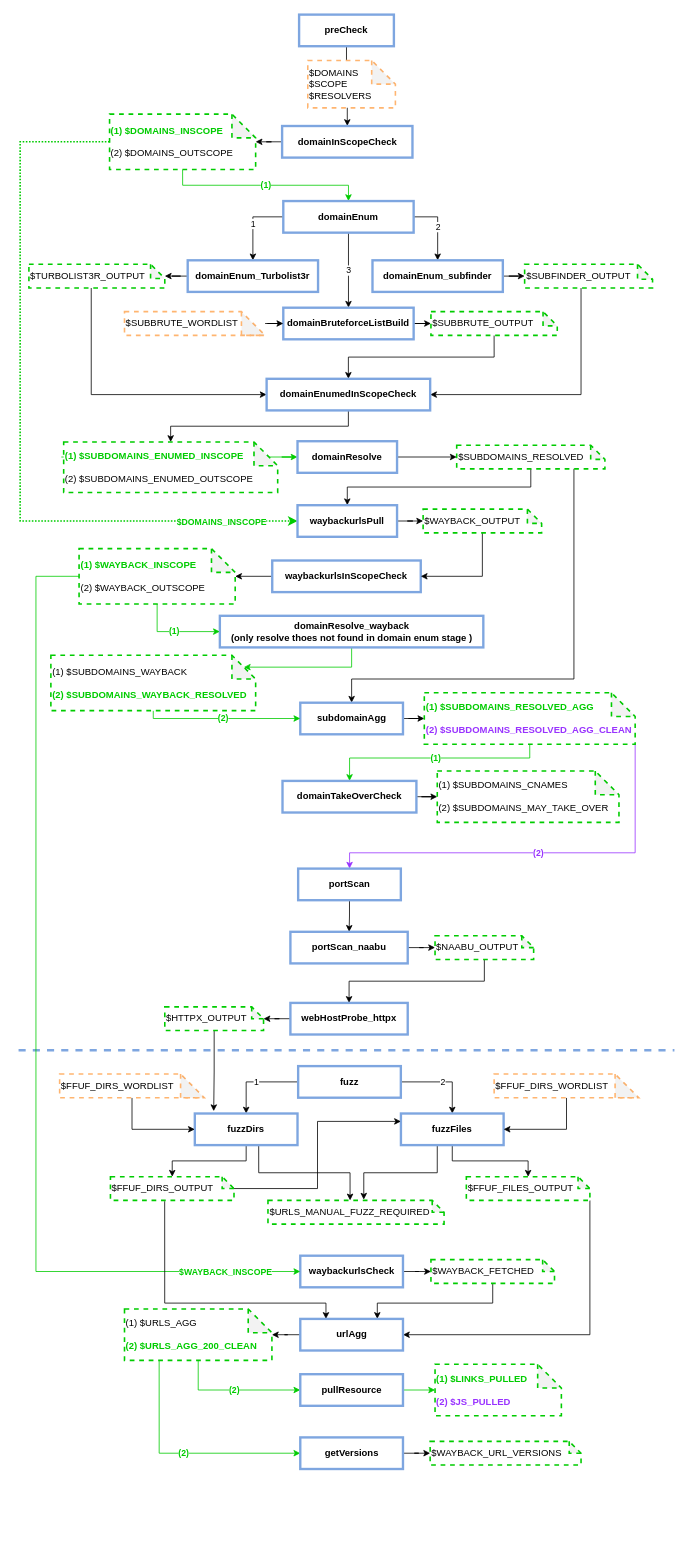
This is Recon.drawio from dirtybull/workflows, a draw.io file, before an edit. Source tidied: cells renumbered, new cells numbered last; positions are measured from the earlier drawing's top-left corner, leaving out a move shared by most shapes. Both pictures are drawn from the tidied source at 79%, with x=0, y=0 at pixel (18, 14).
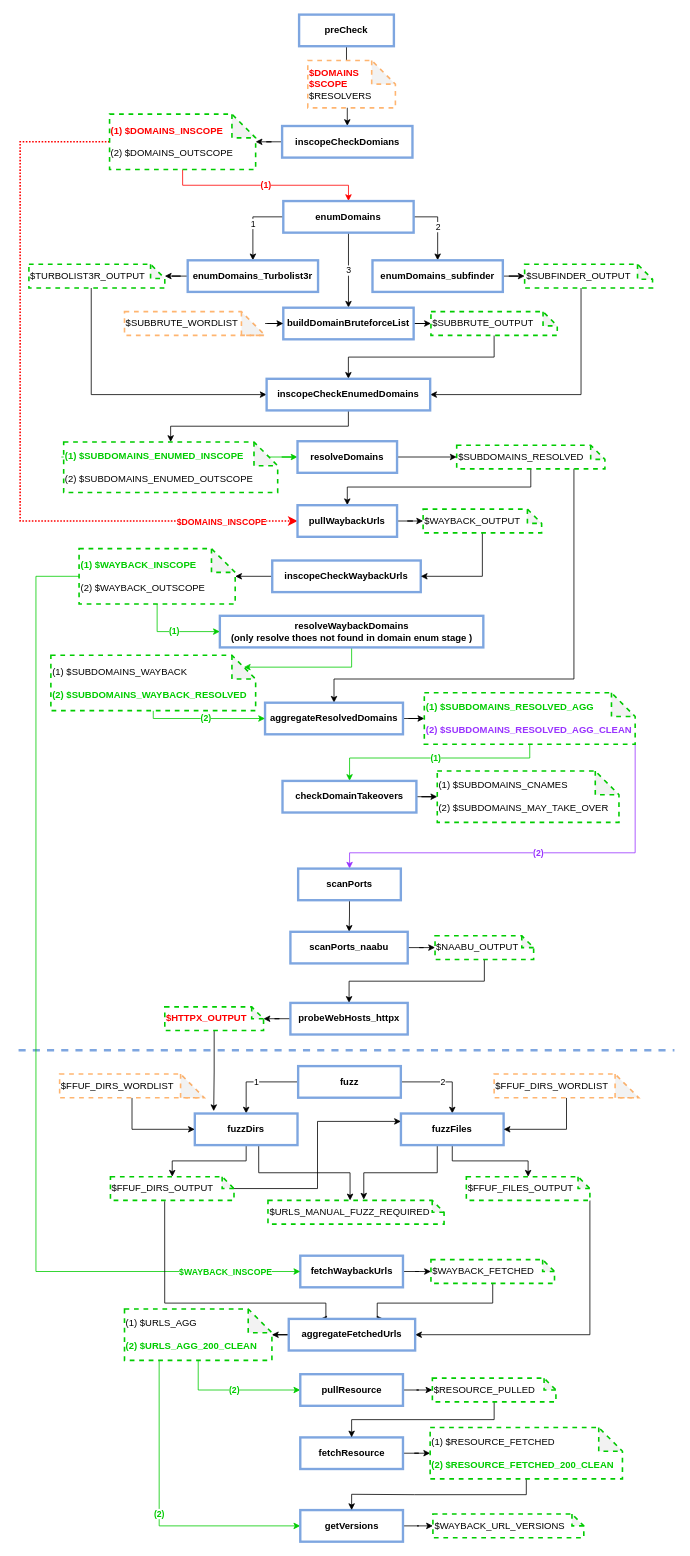
The same page after the edit.

Unchanged cells that the change refers to:
```xml
<mxCell id="38" value="$SUBDOMAINS_RESOLVED" style="shape=note;whiteSpace=wrap;html=1;backgroundOutline=1;darkOpacity=0.05;dashed=1;align=left;strokeColor=#00CC00;strokeWidth=2;size=18;" parent="1" vertex="1">
  <mxGeometry x="554.6" y="545" width="187.6" height="30" as="geometry" />
</mxCell>
<mxCell id="101" value="pullResource" style="rounded=0;whiteSpace=wrap;html=1;strokeColor=#7EA6E0;strokeWidth=3;fontStyle=1;" parent="1" vertex="1">
  <mxGeometry x="356.6" y="1721" width="130" height="40" as="geometry" />
</mxCell>
```

The edit, as a diff of the source:
```diff
@@
-    <mxCell id="5" value="&lt;div&gt;$DOMAINS&lt;/div&gt;&lt;div&gt;$SCOPE&lt;/div&gt;&lt;div&gt;$RESOLVERS&lt;br&gt;&lt;/div&gt;" style="shape=note;whiteSpace=wrap;html=1;backgroundOutline=1;darkOpacity=0.05;dashed=1;align=left;strokeColor=#FFB570;strokeWidth=2;" parent="1" vertex="1">
+    <mxCell id="5" value="&lt;div&gt;&lt;b&gt;&lt;font color=&quot;#FF0000&quot;&gt;$DOMAINS&lt;/font&gt;&lt;/b&gt;&lt;/div&gt;&lt;div&gt;&lt;b&gt;&lt;font color=&quot;#FF0000&quot;&gt;$SCOPE&lt;/font&gt;&lt;/b&gt;&lt;/div&gt;&lt;div&gt;$RESOLVERS&lt;br&gt;&lt;/div&gt;" style="shape=note;whiteSpace=wrap;html=1;backgroundOutline=1;darkOpacity=0.05;dashed=1;align=left;strokeColor=#FFB570;strokeWidth=2;" parent="1" vertex="1">
       <mxGeometry x="366.1" y="58" width="110.9" height="60" as="geometry" />
     </mxCell>
@@
-    <mxCell id="7" value="domainInScopeCheck" style="rounded=0;whiteSpace=wrap;html=1;strokeColor=#7EA6E0;strokeWidth=3;fontStyle=1;" parent="1" vertex="1">
+    <mxCell id="7" value="inscopeCheckDomians" style="rounded=0;whiteSpace=wrap;html=1;strokeColor=#7EA6E0;strokeWidth=3;fontStyle=1;" parent="1" vertex="1">
       <mxGeometry x="333.6" y="141" width="165" height="40" as="geometry" />
     </mxCell>
-    <mxCell id="8" value="(1)" style="edgeStyle=orthogonalEdgeStyle;rounded=0;jettySize=auto;html=1;strokeColor=#00CC00;fontColor=#00CC00;fontStyle=1;exitX=0.5;exitY=1;exitDx=0;exitDy=0;exitPerimeter=0;" parent="1" edge="1" source="11" target="15">
+    <mxCell id="8" value="(1)" style="edgeStyle=orthogonalEdgeStyle;rounded=0;jettySize=auto;html=1;strokeColor=#FF0000;fontColor=#FF0000;fontStyle=1;exitX=0.5;exitY=1;exitDx=0;exitDy=0;exitPerimeter=0;" parent="1" edge="1" source="11" target="15">
       <mxGeometry relative="1" as="geometry" />
     </mxCell>
-    <mxCell id="9" style="edgeStyle=orthogonalEdgeStyle;rounded=0;jettySize=auto;html=1;entryX=0;entryY=0.5;entryDx=0;entryDy=0;fontColor=default;strokeColor=#00CC00;dashed=1;strokeWidth=2;dashPattern=1 1;" parent="1" edge="1" source="11" target="40">
+    <mxCell id="9" style="edgeStyle=orthogonalEdgeStyle;rounded=0;jettySize=auto;html=1;entryX=0;entryY=0.5;entryDx=0;entryDy=0;fontColor=default;strokeColor=#FF0000;dashed=1;strokeWidth=2;dashPattern=1 1;" parent="1" edge="1" source="11" target="40">
       <mxGeometry relative="1" as="geometry">
         <Array as="points">
           <mxPoint x="2" y="161" />
           <mxPoint x="2" y="641" />
         </Array>
       </mxGeometry>
     </mxCell>
-    <mxCell id="10" value="&lt;font color=&quot;#00CC00&quot;&gt;&lt;b&gt;$DOMAINS_INSCOPE&lt;/b&gt;&lt;/font&gt;" style="edgeLabel;html=1;align=center;verticalAlign=middle;fontColor=default;" parent="9" vertex="1">
+    <mxCell id="10" value="&lt;font color=&quot;#FF0000&quot;&gt;&lt;b&gt;$DOMAINS_INSCOPE&lt;/b&gt;&lt;/font&gt;" style="edgeLabel;html=1;align=center;verticalAlign=middle;fontColor=default;" parent="9" vertex="1">
       <mxGeometry x="0.84" y="-2" relative="1" as="geometry">
         <mxPoint x="-21" y="-2" as="offset" />
       </mxGeometry>
     </mxCell>
-    <mxCell id="11" value="&lt;div&gt;&lt;font color=&quot;#00CC00&quot;&gt;&lt;b&gt;(1) $DOMAINS_INSCOPE&lt;/b&gt;&lt;/font&gt;&lt;/div&gt;&lt;div&gt;&lt;br&gt;&lt;/div&gt;&lt;div&gt;(2) $DOMAINS_OUTSCOPE&lt;/div&gt;" style="shape=note;whiteSpace=wrap;html=1;backgroundOutline=1;darkOpacity=0.05;dashed=1;align=left;strokeColor=#00CC00;strokeWidth=2;" parent="1" vertex="1">
+    <mxCell id="11" value="&lt;div&gt;&lt;font color=&quot;#FF0000&quot;&gt;&lt;b&gt;(1) $DOMAINS_INSCOPE&lt;/b&gt;&lt;/font&gt;&lt;/div&gt;&lt;div&gt;&lt;br&gt;&lt;/div&gt;&lt;div&gt;(2) $DOMAINS_OUTSCOPE&lt;/div&gt;" style="shape=note;whiteSpace=wrap;html=1;backgroundOutline=1;darkOpacity=0.05;dashed=1;align=left;strokeColor=#00CC00;strokeWidth=2;" parent="1" vertex="1">
       <mxGeometry x="115.2" y="126" width="184.9" height="70" as="geometry" />
     </mxCell>
@@
-    <mxCell id="15" value="domainEnum" style="rounded=0;whiteSpace=wrap;html=1;strokeColor=#7EA6E0;strokeWidth=3;fontStyle=1;" parent="1" vertex="1">
+    <mxCell id="15" value="enumDomains" style="rounded=0;whiteSpace=wrap;html=1;strokeColor=#7EA6E0;strokeWidth=3;fontStyle=1;" parent="1" vertex="1">
       <mxGeometry x="335.1" y="236" width="165" height="40" as="geometry" />
     </mxCell>
@@
-    <mxCell id="17" value="domainEnum_Turbolist3r" style="rounded=0;whiteSpace=wrap;html=1;strokeColor=#7EA6E0;strokeWidth=3;fontStyle=1;" parent="1" vertex="1">
+    <mxCell id="17" value="enumDomains_Turbolist3r" style="rounded=0;whiteSpace=wrap;html=1;strokeColor=#7EA6E0;strokeWidth=3;fontStyle=1;" parent="1" vertex="1">
       <mxGeometry x="214.1" y="311" width="165" height="40" as="geometry" />
     </mxCell>
@@
-    <mxCell id="19" value="domainEnum_subfinder" style="rounded=0;whiteSpace=wrap;html=1;strokeColor=#7EA6E0;strokeWidth=3;fontStyle=1;" parent="1" vertex="1">
+    <mxCell id="19" value="enumDomains_subfinder" style="rounded=0;whiteSpace=wrap;html=1;strokeColor=#7EA6E0;strokeWidth=3;fontStyle=1;" parent="1" vertex="1">
       <mxGeometry x="448" y="311" width="165" height="40" as="geometry" />
     </mxCell>
@@
-    <mxCell id="25" value="domainBruteforceListBuild" style="rounded=0;whiteSpace=wrap;html=1;strokeColor=#7EA6E0;strokeWidth=3;fontStyle=1;" parent="1" vertex="1">
+    <mxCell id="25" value="buildDomainBruteforceList" style="rounded=0;whiteSpace=wrap;html=1;strokeColor=#7EA6E0;strokeWidth=3;fontStyle=1;" parent="1" vertex="1">
       <mxGeometry x="335.1" y="371" width="165" height="40" as="geometry" />
     </mxCell>
@@
-    <mxCell id="31" value="domainEnumedInScopeCheck" style="rounded=0;whiteSpace=wrap;html=1;strokeColor=#7EA6E0;strokeWidth=3;fontStyle=1;" parent="1" vertex="1">
+    <mxCell id="31" value="inscopeCheckEnumedDomains" style="rounded=0;whiteSpace=wrap;html=1;strokeColor=#7EA6E0;strokeWidth=3;fontStyle=1;" parent="1" vertex="1">
       <mxGeometry x="314" y="461" width="207" height="40" as="geometry" />
     </mxCell>
@@
-    <mxCell id="35" value="domainResolve" style="rounded=0;whiteSpace=wrap;html=1;strokeColor=#7EA6E0;strokeWidth=3;fontStyle=1;" parent="1" vertex="1">
+    <mxCell id="35" value="resolveDomains" style="rounded=0;whiteSpace=wrap;html=1;strokeColor=#7EA6E0;strokeWidth=3;fontStyle=1;" parent="1" vertex="1">
       <mxGeometry x="353.1" y="540" width="126" height="40" as="geometry" />
     </mxCell>
@@
     <mxCell id="37" style="edgeStyle=orthogonalEdgeStyle;rounded=0;jettySize=auto;html=1;entryX=0.5;entryY=0;entryDx=0;entryDy=0;fontColor=#00CC00;strokeColor=default;exitX=0.791;exitY=0.967;exitDx=0;exitDy=0;exitPerimeter=0;" parent="1" edge="1" source="38" target="46">
       <mxGeometry relative="1" as="geometry">
         <Array as="points">
           <mxPoint x="703" y="841" />
-          <mxPoint x="422" y="841" />
+          <mxPoint x="399" y="841" />
         </Array>
       </mxGeometry>
     </mxCell>
@@
-    <mxCell id="40" value="waybackurlsPull" style="rounded=0;whiteSpace=wrap;html=1;strokeColor=#7EA6E0;strokeWidth=3;fontStyle=1;" parent="1" vertex="1">
+    <mxCell id="40" value="pullWaybackUrls" style="rounded=0;whiteSpace=wrap;html=1;strokeColor=#7EA6E0;strokeWidth=3;fontStyle=1;" parent="1" vertex="1">
       <mxGeometry x="353.1" y="621" width="126" height="40" as="geometry" />
     </mxCell>
@@
-    <mxCell id="42" value="waybackurlsInScopeCheck" style="rounded=0;whiteSpace=wrap;html=1;strokeColor=#7EA6E0;strokeWidth=3;fontStyle=1;" parent="1" vertex="1">
+    <mxCell id="42" value="inscopeCheckWaybackUrls" style="rounded=0;whiteSpace=wrap;html=1;strokeColor=#7EA6E0;strokeWidth=3;fontStyle=1;" parent="1" vertex="1">
       <mxGeometry x="321.1" y="691" width="188" height="40" as="geometry" />
     </mxCell>
@@
-    <mxCell id="44" value="&lt;div&gt;domainResolve_wayback&lt;/div&gt;&lt;div&gt;(only resolve thoes not found in domain enum stage )&lt;br&gt;&lt;/div&gt;" style="rounded=0;whiteSpace=wrap;html=1;strokeColor=#7EA6E0;strokeWidth=3;fontStyle=1;" parent="1" vertex="1">
+    <mxCell id="44" value="&lt;div&gt;resolveWaybackDomains&lt;/div&gt;&lt;div&gt;(only resolve thoes not found in domain enum stage )&lt;br&gt;&lt;/div&gt;" style="rounded=0;whiteSpace=wrap;html=1;strokeColor=#7EA6E0;strokeWidth=3;fontStyle=1;" parent="1" vertex="1">
       <mxGeometry x="254.8" y="761" width="333.5" height="40" as="geometry" />
     </mxCell>
@@
-    <mxCell id="46" value="subdomainAgg" style="rounded=0;whiteSpace=wrap;html=1;strokeColor=#7EA6E0;strokeWidth=3;fontStyle=1;" parent="1" vertex="1">
-      <mxGeometry x="356.6" y="871" width="130" height="40" as="geometry" />
+    <mxCell id="46" value="aggregateResolvedDomains" style="rounded=0;whiteSpace=wrap;html=1;strokeColor=#7EA6E0;strokeWidth=3;fontStyle=1;" parent="1" vertex="1">
+      <mxGeometry x="312" y="871" width="174.6" height="40" as="geometry" />
     </mxCell>
@@
-    <mxCell id="51" value="domainTakeOverCheck" style="rounded=0;whiteSpace=wrap;html=1;strokeColor=#7EA6E0;strokeWidth=3;fontStyle=1;" parent="1" vertex="1">
+    <mxCell id="51" value="checkDomainTakeovers" style="rounded=0;whiteSpace=wrap;html=1;strokeColor=#7EA6E0;strokeWidth=3;fontStyle=1;" parent="1" vertex="1">
       <mxGeometry x="334.1" y="970" width="169.5" height="40" as="geometry" />
     </mxCell>
@@
-    <mxCell id="54" value="portScan" style="rounded=0;whiteSpace=wrap;html=1;strokeColor=#7EA6E0;strokeWidth=3;fontStyle=1;" parent="1" vertex="1">
+    <mxCell id="54" value="scanPorts" style="rounded=0;whiteSpace=wrap;html=1;strokeColor=#7EA6E0;strokeWidth=3;fontStyle=1;" parent="1" vertex="1">
       <mxGeometry x="353.9" y="1081" width="130" height="40" as="geometry" />
     </mxCell>
@@
-    <mxCell id="56" value="portScan_naabu" style="rounded=0;whiteSpace=wrap;html=1;strokeColor=#7EA6E0;strokeWidth=3;fontStyle=1;" parent="1" vertex="1">
+    <mxCell id="56" value="scanPorts_naabu" style="rounded=0;whiteSpace=wrap;html=1;strokeColor=#7EA6E0;strokeWidth=3;fontStyle=1;" parent="1" vertex="1">
       <mxGeometry x="344.1" y="1161" width="148.5" height="40" as="geometry" />
     </mxCell>
@@
-    <mxCell id="61" value="webHostProbe_httpx" style="rounded=0;whiteSpace=wrap;html=1;strokeColor=#7EA6E0;strokeWidth=3;fontStyle=1;" parent="1" vertex="1">
+    <mxCell id="61" value="probeWebHosts_httpx" style="rounded=0;whiteSpace=wrap;html=1;strokeColor=#7EA6E0;strokeWidth=3;fontStyle=1;" parent="1" vertex="1">
       <mxGeometry x="344.1" y="1251" width="148.5" height="40" as="geometry" />
     </mxCell>
@@
-    <mxCell id="72" value="waybackurlsCheck" style="rounded=0;whiteSpace=wrap;html=1;strokeColor=#7EA6E0;strokeWidth=3;fontStyle=1;" parent="1" vertex="1">
+    <mxCell id="72" value="fetchWaybackUrls" style="rounded=0;whiteSpace=wrap;html=1;strokeColor=#7EA6E0;strokeWidth=3;fontStyle=1;" parent="1" vertex="1">
       <mxGeometry x="356.6" y="1571" width="130" height="40" as="geometry" />
     </mxCell>
@@
-    <mxCell id="82" value="&lt;div&gt;$HTTPX_OUTPUT&lt;/div&gt;" style="shape=note;whiteSpace=wrap;html=1;backgroundOutline=1;darkOpacity=0.05;dashed=1;align=left;strokeColor=#00CC00;strokeWidth=2;size=15;" parent="1" vertex="1">
+    <mxCell id="82" value="&lt;div&gt;&lt;font color=&quot;#FF0000&quot;&gt;&lt;b&gt;$HTTPX_OUTPUT&lt;/b&gt;&lt;/font&gt;&lt;/div&gt;" style="shape=note;whiteSpace=wrap;html=1;backgroundOutline=1;darkOpacity=0.05;dashed=1;align=left;strokeColor=#00CC00;strokeWidth=2;size=15;" parent="1" vertex="1">
       <mxGeometry x="185.1" y="1256" width="125" height="30" as="geometry" />
     </mxCell>
@@
-    <mxCell id="96" value="urlAgg" style="rounded=0;whiteSpace=wrap;html=1;strokeColor=#7EA6E0;strokeWidth=3;fontStyle=1;" parent="1" vertex="1">
-      <mxGeometry x="356.6" y="1651" width="130" height="40" as="geometry" />
+    <mxCell id="96" value="aggregateFetchedUrls" style="rounded=0;whiteSpace=wrap;html=1;strokeColor=#7EA6E0;strokeWidth=3;fontStyle=1;" parent="1" vertex="1">
+      <mxGeometry x="342" y="1651" width="160" height="40" as="geometry" />
     </mxCell>
@@
-    <mxCell id="100" style="edgeStyle=orthogonalEdgeStyle;rounded=0;jettySize=auto;html=1;fontColor=#00CC00;strokeColor=#00CC00;" parent="1" edge="1" source="101" target="104">
-      <mxGeometry relative="1" as="geometry" />
-    </mxCell>
+    <mxCell id="106" style="edgeStyle=orthogonalEdgeStyle;rounded=0;jettySize=auto;html=1;fontColor=#9933FF;strokeColor=default;strokeWidth=1;" parent="1" edge="1" source="101" target="110">
+      <mxGeometry relative="1" as="geometry" />
+    </mxCell>
@@
     <mxCell id="103" value="getVersions" style="rounded=0;whiteSpace=wrap;html=1;strokeColor=#7EA6E0;strokeWidth=3;fontStyle=1;" parent="1" vertex="1">
-      <mxGeometry x="356.6" y="1801" width="130" height="40" as="geometry" />
+      <mxGeometry x="356.6" y="1893" width="130" height="40" as="geometry" />
     </mxCell>
-    <mxCell id="104" value="&lt;div&gt;&lt;font color=&quot;#00CC00&quot;&gt;&lt;b&gt;(1) $LINKS_PULLED&lt;/b&gt;&lt;/font&gt;&lt;/div&gt;&lt;div&gt;&lt;br&gt;&lt;/div&gt;&lt;div&gt;&lt;font color=&quot;#9933FF&quot;&gt;&lt;b&gt;(2) $JS_PULLED&lt;/b&gt;&lt;/font&gt;&lt;/div&gt;" style="shape=note;whiteSpace=wrap;html=1;backgroundOutline=1;darkOpacity=0.05;dashed=1;align=left;strokeColor=#00CC00;strokeWidth=2;" parent="1" vertex="1">
-      <mxGeometry x="527.2" y="1708.5" width="159.9" height="65" as="geometry" />
-    </mxCell>
     <mxCell id="105" value="&lt;div&gt;$WAYBACK_URL_VERSIONS&lt;/div&gt;" style="shape=note;whiteSpace=wrap;html=1;backgroundOutline=1;darkOpacity=0.05;dashed=1;align=left;strokeColor=#00CC00;strokeWidth=2;size=15;" parent="1" vertex="1">
-      <mxGeometry x="521" y="1806" width="191" height="30" as="geometry" />
+      <mxGeometry x="524.5" y="1898" width="191" height="30" as="geometry" />
     </mxCell>
+    <mxCell id="107" style="edgeStyle=orthogonalEdgeStyle;rounded=0;jettySize=auto;html=1;fontColor=#00CC00;strokeColor=default;strokeWidth=1;" parent="1" edge="1" source="108" target="112">
+      <mxGeometry relative="1" as="geometry" />
+    </mxCell>
+    <mxCell id="108" value="fetchResource" style="rounded=0;whiteSpace=wrap;html=1;strokeColor=#7EA6E0;strokeWidth=3;fontStyle=1;" parent="1" vertex="1">
+      <mxGeometry x="356.6" y="1801" width="130" height="40" as="geometry" />
+    </mxCell>
+    <mxCell id="109" style="edgeStyle=orthogonalEdgeStyle;rounded=0;jettySize=auto;html=1;entryX=0.5;entryY=0;entryDx=0;entryDy=0;fontColor=#9933FF;strokeColor=default;strokeWidth=1;exitX=0.5;exitY=1;exitDx=0;exitDy=0;exitPerimeter=0;" parent="1" edge="1" source="110" target="108">
+      <mxGeometry relative="1" as="geometry" />
+    </mxCell>
+    <mxCell id="110" value="&lt;div&gt;$RESOURCE_PULLED&lt;/div&gt;" style="shape=note;whiteSpace=wrap;html=1;backgroundOutline=1;darkOpacity=0.05;dashed=1;align=left;strokeColor=#00CC00;strokeWidth=2;size=15;" parent="1" vertex="1">
+      <mxGeometry x="523.8" y="1726" width="156.4" height="30" as="geometry" />
+    </mxCell>
+    <mxCell id="111" style="edgeStyle=orthogonalEdgeStyle;rounded=0;jettySize=auto;html=1;entryX=0.5;entryY=0;entryDx=0;entryDy=0;fontColor=#9933FF;strokeColor=default;strokeWidth=1;exitX=0.5;exitY=1;exitDx=0;exitDy=0;exitPerimeter=0;" parent="1" edge="1" source="112" target="103">
+      <mxGeometry relative="1" as="geometry" />
+    </mxCell>
+    <mxCell id="112" value="&lt;div&gt;(1) $RESOURCE_FETCHED&lt;/div&gt;&lt;div&gt;&lt;br&gt;&lt;/div&gt;&lt;div&gt;&lt;font color=&quot;#00CC00&quot;&gt;&lt;b&gt;(2) $&lt;/b&gt;&lt;b&gt;RESOURCE_FETCHED_200_CLEAN&lt;/b&gt;&lt;/font&gt;&lt;/div&gt;" style="shape=note;whiteSpace=wrap;html=1;backgroundOutline=1;darkOpacity=0.05;dashed=1;align=left;strokeColor=#00CC00;strokeWidth=2;" parent="1" vertex="1">
+      <mxGeometry x="521" y="1788.5" width="243.4" height="65" as="geometry" />
+    </mxCell>
```
